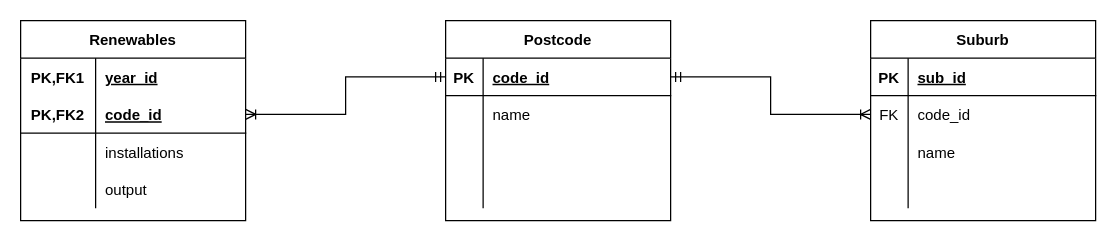
DamoM73/MBC_worked_example keeps this draw.io diagram as RS.drawio. Above is the earlier version. Source tidied: cells renumbered, new cells numbered last; positions are measured from the earlier drawing's top-left corner, leaving out a move shared by most shapes. Both pictures are drawn from the tidied source at 125%, with x=0, y=0 at pixel (20, 20).
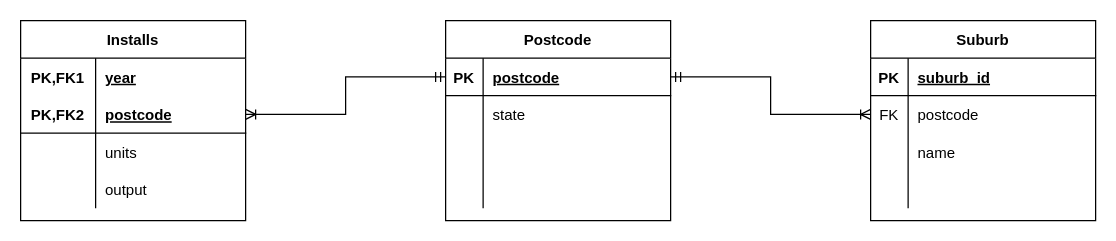
The same diagram, later.

Unchanged cells that the change refers to:
```xml
<mxCell id="3" style="shape=partialRectangle;fillColor=none;top=0;left=0;bottom=1;right=0;points=[[0,0.5],[1,0.5]];portConstraint=eastwest;" parent="2" vertex="1">
  <mxGeometry y="30" width="180" height="30" as="geometry" />
</mxCell>
<mxCell id="6" style="shape=partialRectangle;fillColor=none;top=0;left=0;bottom=0;right=0;" parent="2" vertex="1">
  <mxGeometry y="60" width="180" height="30" as="geometry" />
</mxCell>
<mxCell id="16" style="shape=partialRectangle;fillColor=none;top=0;left=0;bottom=1;right=0;" parent="15" vertex="1">
  <mxGeometry y="30" width="180" height="30" as="geometry" />
</mxCell>
<mxCell id="19" style="shape=partialRectangle;fillColor=none;top=0;left=0;bottom=0;right=0;points=[[0,0.5],[1,0.5]];portConstraint=eastwest;" parent="15" vertex="1">
  <mxGeometry y="60" width="180" height="30" as="geometry" />
</mxCell>
<mxCell id="30" style="shape=partialRectangle;fillColor=none;top=0;left=0;bottom=0;right=0;" parent="29" vertex="1">
  <mxGeometry y="30" width="180" height="30" as="geometry" />
</mxCell>
<mxCell id="33" style="shape=partialRectangle;fillColor=none;top=0;left=0;bottom=1;right=0;points=[[0,0.5],[1,0.5]];portConstraint=eastwest;" parent="29" vertex="1">
  <mxGeometry y="60" width="180" height="30" as="geometry" />
</mxCell>
<mxCell id="36" style="shape=partialRectangle;fillColor=none;top=0;left=0;bottom=0;right=0;" parent="29" vertex="1">
  <mxGeometry y="90" width="180" height="30" as="geometry" />
</mxCell>
```

Diff of the diagram source:
```diff
@@
-    <mxCell id="5" value="code_id" style="shape=partialRectangle;fillColor=none;top=0;left=0;bottom=0;right=0;align=left;spacingLeft=6;fontStyle=5;overflow=hidden;" parent="3" vertex="1">
+    <mxCell id="5" value="postcode" style="shape=partialRectangle;fillColor=none;top=0;left=0;bottom=0;right=0;align=left;spacingLeft=6;fontStyle=5;overflow=hidden;" parent="3" vertex="1">
       <mxGeometry x="30" width="150" height="30" as="geometry" />
     </mxCell>
@@
-    <mxCell id="8" value="name" style="shape=partialRectangle;fillColor=none;top=0;left=0;bottom=0;right=0;align=left;spacingLeft=6;overflow=hidden;" parent="6" vertex="1">
+    <mxCell id="8" value="state" style="shape=partialRectangle;fillColor=none;top=0;left=0;bottom=0;right=0;align=left;spacingLeft=6;overflow=hidden;" parent="6" vertex="1">
       <mxGeometry x="30" width="150" height="30" as="geometry" />
     </mxCell>
@@
-    <mxCell id="18" value="sub_id" style="shape=partialRectangle;fillColor=none;top=0;left=0;bottom=0;right=0;align=left;spacingLeft=6;fontStyle=5;overflow=hidden;" parent="16" vertex="1">
+    <mxCell id="18" value="suburb_id" style="shape=partialRectangle;fillColor=none;top=0;left=0;bottom=0;right=0;align=left;spacingLeft=6;fontStyle=5;overflow=hidden;" parent="16" vertex="1">
       <mxGeometry x="30" width="150" height="30" as="geometry" />
     </mxCell>
@@
-    <mxCell id="21" value="code_id" style="shape=partialRectangle;fillColor=none;top=0;left=0;bottom=0;right=0;align=left;spacingLeft=6;overflow=hidden;" parent="19" vertex="1">
+    <mxCell id="21" value="postcode" style="shape=partialRectangle;fillColor=none;top=0;left=0;bottom=0;right=0;align=left;spacingLeft=6;overflow=hidden;" parent="19" vertex="1">
       <mxGeometry x="30" width="150" height="30" as="geometry" />
     </mxCell>
@@
-    <mxCell id="29" value="Renewables" style="shape=table;startSize=30;childLayout=tableLayout;rowLines=0;fontStyle=1;align=center;" parent="1" vertex="1">
+    <mxCell id="29" value="Installs" style="shape=table;startSize=30;childLayout=tableLayout;rowLines=0;fontStyle=1;align=center;" parent="1" vertex="1">
       <mxGeometry width="180" height="160" as="geometry" />
     </mxCell>
@@
-    <mxCell id="32" value="year_id" style="shape=partialRectangle;fillColor=none;top=0;left=0;bottom=0;right=0;align=left;spacingLeft=6;fontStyle=5;overflow=hidden;" parent="30" vertex="1">
+    <mxCell id="32" value="year" style="shape=partialRectangle;fillColor=none;top=0;left=0;bottom=0;right=0;align=left;spacingLeft=6;fontStyle=5;overflow=hidden;" parent="30" vertex="1">
       <mxGeometry x="60" width="120" height="30" as="geometry" />
     </mxCell>
@@
-    <mxCell id="35" value="code_id" style="shape=partialRectangle;fillColor=none;top=0;left=0;bottom=0;right=0;align=left;spacingLeft=6;fontStyle=5;overflow=hidden;" parent="33" vertex="1">
+    <mxCell id="35" value="postcode" style="shape=partialRectangle;fillColor=none;top=0;left=0;bottom=0;right=0;align=left;spacingLeft=6;fontStyle=5;overflow=hidden;" parent="33" vertex="1">
       <mxGeometry x="60" width="120" height="30" as="geometry" />
     </mxCell>
@@
-    <mxCell id="38" value="installations" style="shape=partialRectangle;fillColor=none;top=0;left=0;bottom=0;right=0;align=left;spacingLeft=6;overflow=hidden;" parent="36" vertex="1">
+    <mxCell id="38" value="units" style="shape=partialRectangle;fillColor=none;top=0;left=0;bottom=0;right=0;align=left;spacingLeft=6;overflow=hidden;" parent="36" vertex="1">
       <mxGeometry x="60" width="120" height="30" as="geometry" />
     </mxCell>
```
